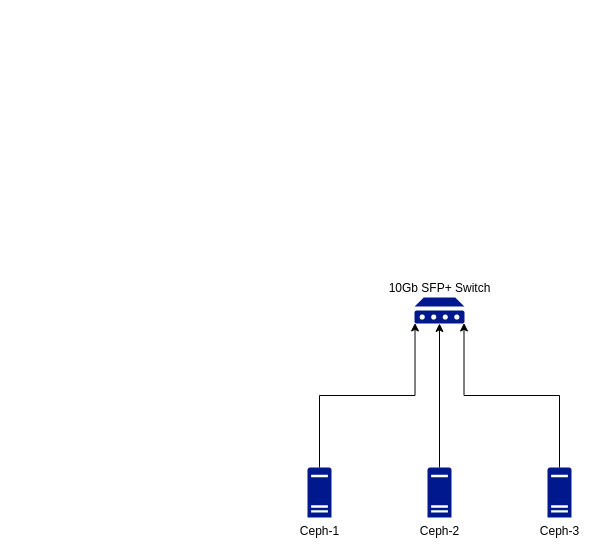
Before: page "Ceph" (3 of 7) of Homelab Diagram.drawio in JPLamb193/Homelab, a draw.io diagram. Source tidied: cells renumbered, new cells numbered last; positions are measured from the earlier drawing's top-left corner, leaving out a move shared by most shapes. Both pictures are drawn from the tidied source at 100%, with x=0, y=0 at pixel (307, 297).
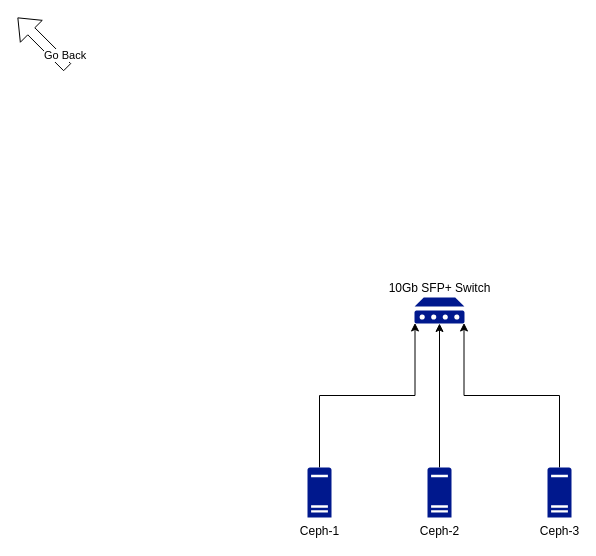
After the change.

Commit message (it also covers changes not shown here):
Added back buttons for navigation between pages

What changed in the source:
```diff
@@
 <mxGraphModel>
   <root>
     <mxCell id="0" />
     <mxCell id="1" parent="0" />
     <mxCell id="2" style="edgeStyle=orthogonalEdgeStyle;rounded=0;jettySize=auto;html=1;exitX=0.5;exitY=0;exitDx=0;exitDy=0;exitPerimeter=0;entryX=0.01;entryY=0.98;entryDx=0;entryDy=0;entryPerimeter=0;" parent="1" edge="1" source="3" target="8">
       <mxGeometry relative="1" as="geometry" />
     </mxCell>
     <mxCell id="3" value="Ceph-1" style="sketch=0;shadow=0;dashed=0;html=1;strokeColor=none;labelPosition=center;verticalLabelPosition=bottom;verticalAlign=top;align=center;fillColor=#00188D;shape=mxgraph.mscae.enterprise.server_generic;" parent="1" vertex="1">
       <mxGeometry y="170" width="24" height="50" as="geometry" />
     </mxCell>
     <mxCell id="4" style="edgeStyle=orthogonalEdgeStyle;rounded=0;jettySize=auto;html=1;exitX=0.5;exitY=0;exitDx=0;exitDy=0;exitPerimeter=0;entryX=0.5;entryY=1;entryDx=0;entryDy=0;entryPerimeter=0;" parent="1" edge="1" source="5" target="8">
       <mxGeometry relative="1" as="geometry" />
     </mxCell>
     <mxCell id="5" value="Ceph-2" style="sketch=0;shadow=0;dashed=0;html=1;strokeColor=none;labelPosition=center;verticalLabelPosition=bottom;verticalAlign=top;align=center;fillColor=#00188D;shape=mxgraph.mscae.enterprise.server_generic;" parent="1" vertex="1">
       <mxGeometry x="120" y="170" width="24" height="50" as="geometry" />
     </mxCell>
     <mxCell id="6" style="edgeStyle=orthogonalEdgeStyle;rounded=0;jettySize=auto;html=1;exitX=0.5;exitY=0;exitDx=0;exitDy=0;exitPerimeter=0;entryX=0.99;entryY=0.98;entryDx=0;entryDy=0;entryPerimeter=0;" parent="1" edge="1" source="7" target="8">
       <mxGeometry relative="1" as="geometry" />
     </mxCell>
     <mxCell id="7" value="Ceph-3" style="sketch=0;shadow=0;dashed=0;html=1;strokeColor=none;labelPosition=center;verticalLabelPosition=bottom;verticalAlign=top;align=center;fillColor=#00188D;shape=mxgraph.mscae.enterprise.server_generic;" parent="1" vertex="1">
       <mxGeometry x="240" y="170" width="24" height="50" as="geometry" />
     </mxCell>
     <mxCell id="8" value="10Gb SFP+ Switch" style="sketch=0;shadow=0;dashed=0;html=1;strokeColor=none;labelPosition=center;verticalLabelPosition=top;verticalAlign=bottom;align=center;fillColor=#00188D;shape=mxgraph.mscae.enterprise.device;" parent="1" vertex="1">
       <mxGeometry x="107" width="50" height="26" as="geometry" />
     </mxCell>
+    <mxCell id="9" value="Go Back" style="shape=flexArrow;endArrow=classic;html=1;rounded=0;labelPosition=right;verticalLabelPosition=bottom;align=left;verticalAlign=top;" parent="1" edge="1">
+      <mxGeometry relative="1" as="geometry">
+        <mxPoint x="-240" y="-230" as="sourcePoint" />
+        <mxPoint x="-290" y="-280" as="targetPoint" />
+      </mxGeometry>
+    </mxCell>
   </root>
 </mxGraphModel>
```
